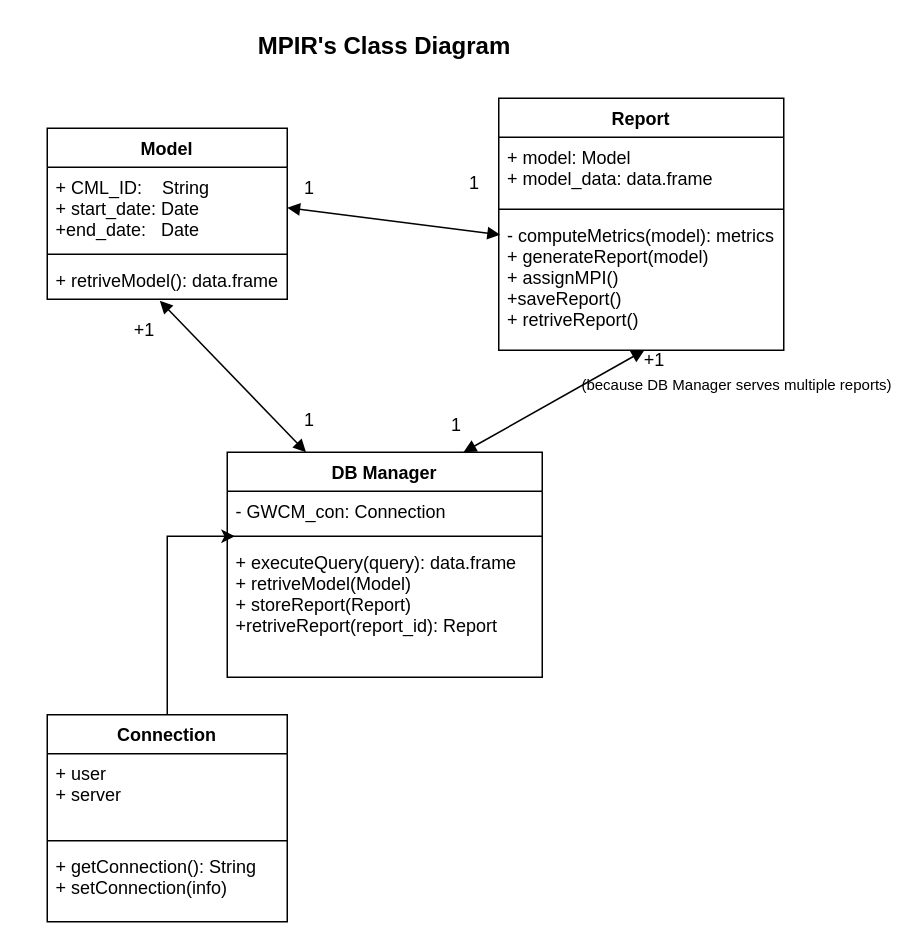
aminrigi/Network_CommunityDetection keeps this draw.io diagram as ClassDiagram.drawio. Above is the earlier version. Source tidied: cells renumbered, new cells numbered last; positions are measured from the earlier drawing's top-left corner, leaving out a move shared by most shapes. Both pictures are drawn from the tidied source at 150%, with x=0, y=0 at pixel (46, 24).
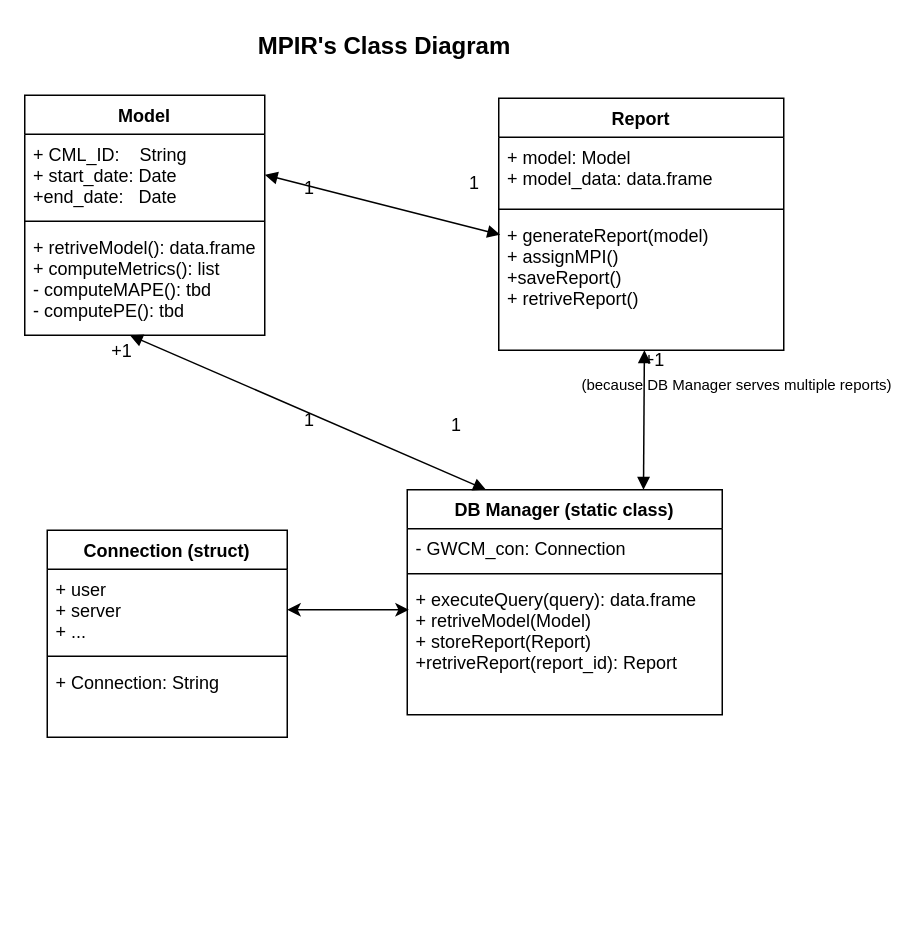
The same page after the edit.

The change refers to these unchanged cells:
```xml
<mxCell id="8" style="line;strokeWidth=1;fillColor=none;align=left;verticalAlign=middle;spacingTop=-1;spacingLeft=3;spacingRight=3;labelPosition=right;points=[];portConstraint=eastwest;" parent="6" vertex="1">
  <mxGeometry y="52" width="210" height="8" as="geometry" />
</mxCell>
<mxCell id="10" value="+ executeQuery(query): data.frame&#10;+ retriveModel(Model)&#10;+ storeReport(Report)&#10;+retriveReport(report_id): Report&#10;" style="text;strokeColor=none;fillColor=none;align=left;verticalAlign=top;spacingLeft=4;spacingRight=4;overflow=hidden;points=[[0,0.5],[1,0.5]];portConstraint=eastwest;" parent="6" vertex="1">
  <mxGeometry y="60" width="210" height="90" as="geometry" />
</mxCell>
<mxCell id="11" value="Report" style="swimlane;fontStyle=1;align=center;verticalAlign=top;horizontal=1;startSize=26;" parent="1" vertex="1">
  <mxGeometry x="301" y="49" width="190" height="168" as="geometry" />
</mxCell>
```

The edit, as a diff of the source:
```diff
@@
     <mxCell id="2" value="Model" style="swimlane;fontStyle=1;align=center;verticalAlign=top;horizontal=1;startSize=26;" parent="1" vertex="1">
-      <mxGeometry y="69" width="160" height="114" as="geometry" />
+      <mxGeometry x="-15" y="47" width="160" height="160" as="geometry" />
     </mxCell>
@@
-    <mxCell id="5" value="+ retriveModel(): data.frame" style="text;strokeColor=none;fillColor=none;align=left;verticalAlign=top;spacingLeft=4;spacingRight=4;overflow=hidden;points=[[0,0.5],[1,0.5]];portConstraint=eastwest;" parent="2" vertex="1">
-      <mxGeometry y="88" width="160" height="26" as="geometry" />
+    <mxCell id="5" value="+ retriveModel(): data.frame&#10;+ computeMetrics(): list&#10;- computeMAPE(): tbd&#10;- computePE(): tbd&#10;" style="text;strokeColor=none;fillColor=none;align=left;verticalAlign=top;spacingLeft=4;spacingRight=4;overflow=hidden;points=[[0,0.5],[1,0.5]];portConstraint=eastwest;" parent="2" vertex="1">
+      <mxGeometry y="88" width="160" height="72" as="geometry" />
     </mxCell>
-    <mxCell id="6" value="DB Manager" style="swimlane;fontStyle=1;align=center;verticalAlign=top;horizontal=1;startSize=26;" parent="1" vertex="1">
-      <mxGeometry x="120" y="285" width="210" height="150" as="geometry" />
+    <mxCell id="6" value="DB Manager (static class)" style="swimlane;fontStyle=1;align=center;verticalAlign=top;horizontal=1;startSize=26;" parent="1" vertex="1">
+      <mxGeometry x="240" y="310" width="210" height="150" as="geometry" />
     </mxCell>
@@
-    <mxCell id="15" value="- computeMetrics(model): metrics&#10;+ generateReport(model)&#10;+ assignMPI()&#10;+saveReport()&#10;+ retriveReport()" style="text;strokeColor=none;fillColor=none;align=left;verticalAlign=top;spacingLeft=4;spacingRight=4;overflow=hidden;points=[[0,0.5],[1,0.5]];portConstraint=eastwest;" parent="11" vertex="1">
+    <mxCell id="15" value="+ generateReport(model)&#10;+ assignMPI()&#10;+saveReport()&#10;+ retriveReport()" style="text;strokeColor=none;fillColor=none;align=left;verticalAlign=top;spacingLeft=4;spacingRight=4;overflow=hidden;points=[[0,0.5],[1,0.5]];portConstraint=eastwest;" parent="11" vertex="1">
       <mxGeometry y="78" width="190" height="90" as="geometry" />
     </mxCell>
-    <mxCell id="16" style="endArrow=block;startArrow=block;endFill=1;startFill=1;html=1;strokeColor=#000000;exitX=0.469;exitY=1.038;exitDx=0;exitDy=0;exitPerimeter=0;entryX=0.25;entryY=0;entryDx=0;entryDy=0;" parent="1" edge="1" source="5" target="6">
+    <mxCell id="16" style="endArrow=block;startArrow=block;endFill=1;startFill=1;html=1;strokeColor=#000000;entryX=0.25;entryY=0;entryDx=0;entryDy=0;exitX=0.438;exitY=1;exitDx=0;exitDy=0;exitPerimeter=0;" parent="1" edge="1" source="5" target="6">
       <mxGeometry relative="1" as="geometry" />
     </mxCell>
@@
     <mxCell id="24" value="+1" style="text;align=center;fontStyle=0;verticalAlign=middle;spacingLeft=3;spacingRight=3;strokeColor=none;" parent="1" vertex="1">
-      <mxGeometry x="50" y="190" width="30" height="26" as="geometry" />
+      <mxGeometry x="35" y="204" width="30" height="26" as="geometry" />
     </mxCell>
@@
-    <mxCell id="27" style="edgeStyle=orthogonalEdgeStyle;rounded=0;jettySize=auto;html=1;exitX=0.5;exitY=0;exitDx=0;exitDy=0;entryX=0.024;entryY=0.5;entryDx=0;entryDy=0;entryPerimeter=0;" parent="1" edge="1" source="28" target="8">
-      <mxGeometry relative="1" as="geometry" />
-    </mxCell>
-    <mxCell id="28" value="Connection" style="swimlane;fontStyle=1;align=center;verticalAlign=top;horizontal=1;startSize=26;" parent="1" vertex="1">
-      <mxGeometry y="460" width="160" height="138" as="geometry" />
+    <mxCell id="28" value="Connection (struct)" style="swimlane;fontStyle=1;align=center;verticalAlign=top;horizontal=1;startSize=26;" parent="1" vertex="1">
+      <mxGeometry y="337" width="160" height="138" as="geometry" />
     </mxCell>
-    <mxCell id="29" value="+ user&#10;+ server&#10;" style="text;strokeColor=none;fillColor=none;align=left;verticalAlign=top;spacingLeft=4;spacingRight=4;overflow=hidden;points=[[0,0.5],[1,0.5]];portConstraint=eastwest;" parent="28" vertex="1">
+    <mxCell id="29" value="+ user&#10;+ server&#10;+ ...&#10;" style="text;strokeColor=none;fillColor=none;align=left;verticalAlign=top;spacingLeft=4;spacingRight=4;overflow=hidden;points=[[0,0.5],[1,0.5]];portConstraint=eastwest;" parent="28" vertex="1">
       <mxGeometry y="26" width="160" height="54" as="geometry" />
     </mxCell>
@@
-    <mxCell id="31" value="+ getConnection(): String&#10;+ setConnection(info)&#10;" style="text;strokeColor=none;fillColor=none;align=left;verticalAlign=top;spacingLeft=4;spacingRight=4;overflow=hidden;" parent="28" vertex="1">
+    <mxCell id="31" value="+ Connection: String" style="text;strokeColor=none;fillColor=none;align=left;verticalAlign=top;spacingLeft=4;spacingRight=4;overflow=hidden;" parent="28" vertex="1">
       <mxGeometry y="88" width="160" height="50" as="geometry" />
     </mxCell>
+    <mxCell id="32" style="endArrow=classic;startArrow=classic;html=1;entryX=0.005;entryY=0.222;entryDx=0;entryDy=0;entryPerimeter=0;exitX=1;exitY=0.5;exitDx=0;exitDy=0;" parent="1" edge="1" source="29" target="10">
+      <mxGeometry relative="1" as="geometry" />
+    </mxCell>
```
